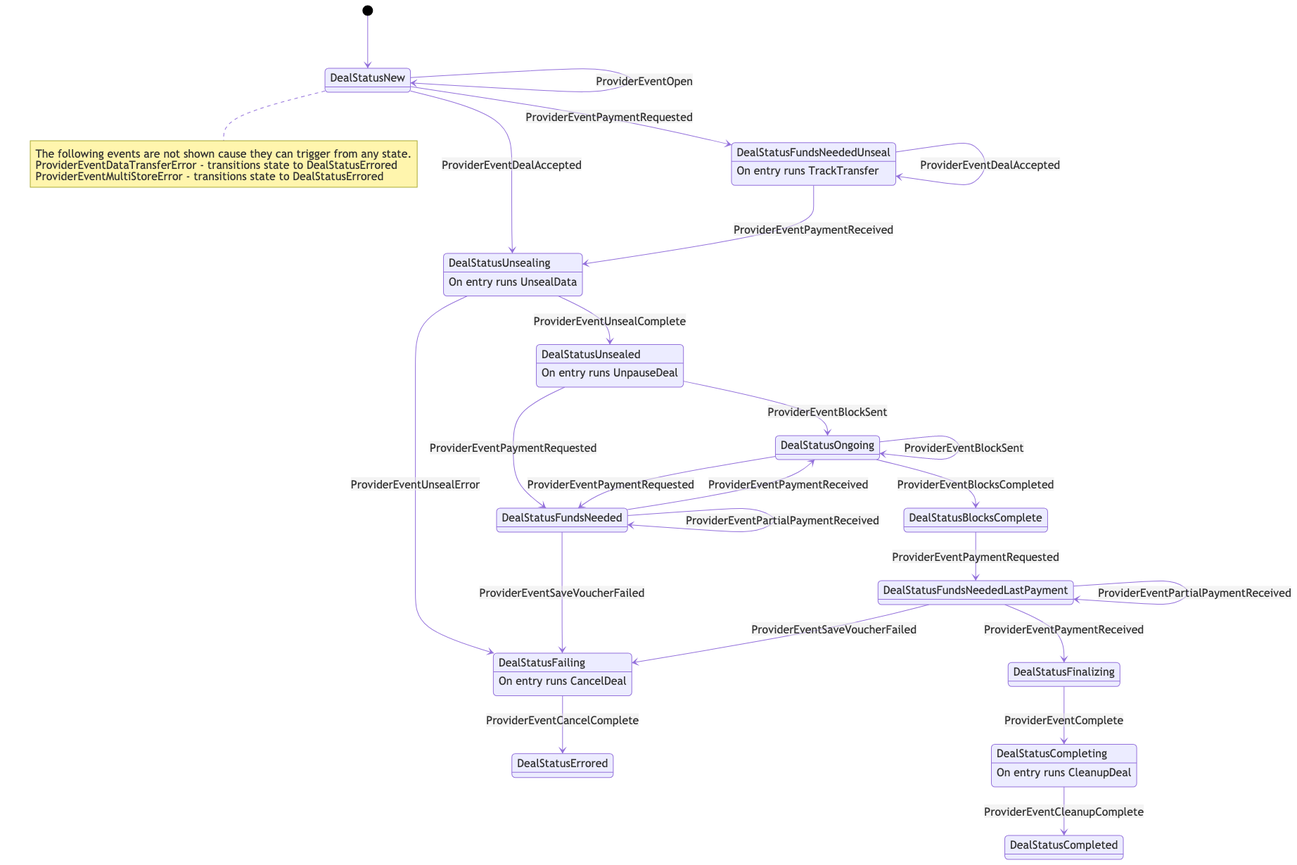
Before: docs/retrievalprovider.mmd.png, a diagram exported from Mermaid (filecoin-project/go-fil-markets). Its source is kept beside it as docs/retrievalprovider.mmd.
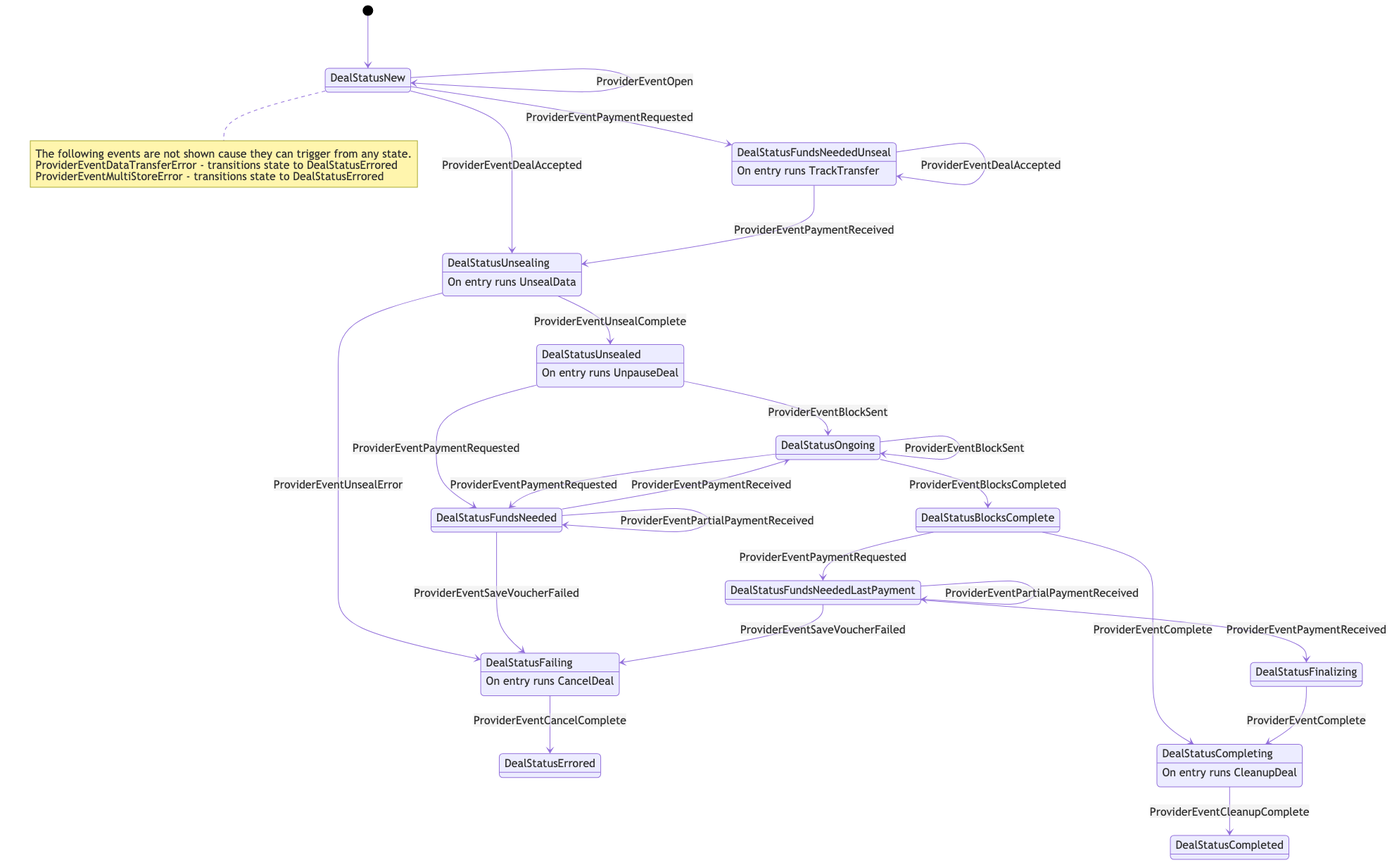
The same file after the commit.

The edit, as a diff of the source:
```diff
@@ -43,6 +43,7 @@
 	7 --> 1 : ProviderEventPaymentReceived
 	10 --> 13 : ProviderEventPaymentReceived
 	14 --> 19 : ProviderEventPaymentReceived
+	18 --> 20 : ProviderEventComplete
 	19 --> 20 : ProviderEventComplete
 	20 --> 15 : ProviderEventCleanupComplete
 	8 --> 17 : ProviderEventCancelComplete
```
